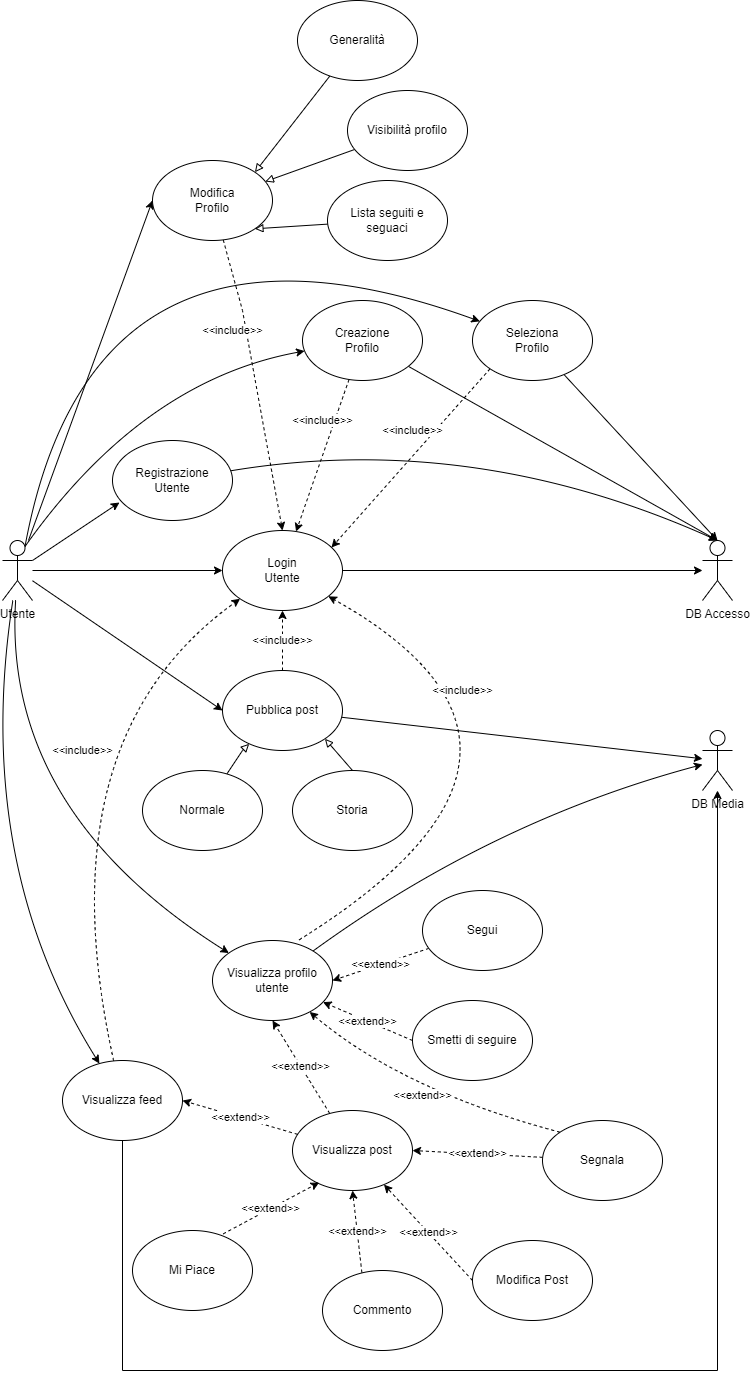
Before: docs/use_case_social_user.png, a diagram exported from draw.io (sergiostefanizzi/socialMicroservicesDocs). Source tidied: cells renumbered, new cells last; positions are measured from the earlier drawing's top-left corner, leaving out a move shared by most shapes.
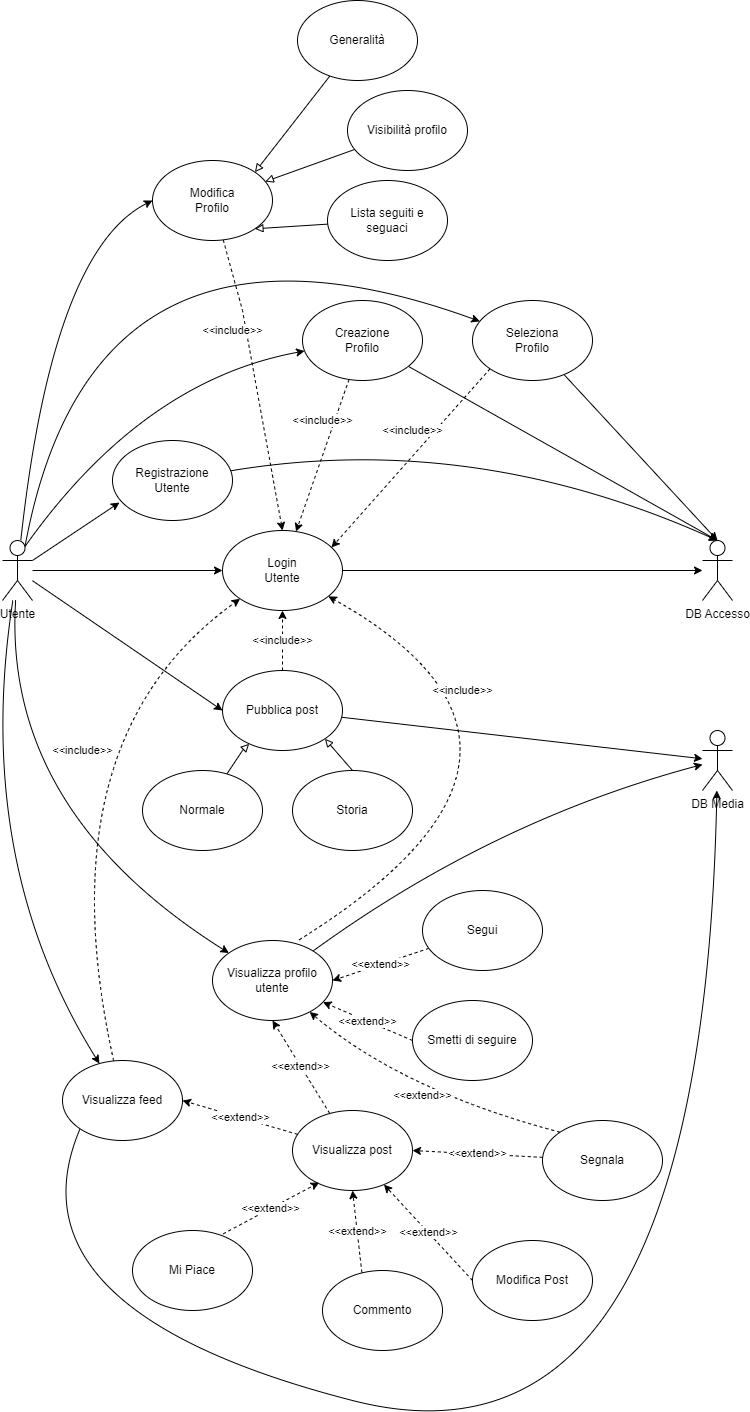
The same file after the commit.

Diff of the diagram source:
```diff
@@ -5,8 +5,12 @@
     <mxCell id="2" style="rounded=0;jettySize=auto;html=1;" parent="1" edge="1" source="10" target="12">
       <mxGeometry relative="1" as="geometry" />
     </mxCell>
-    <mxCell id="3" style="rounded=0;jettySize=auto;html=1;entryX=0;entryY=0.5;entryDx=0;entryDy=0;" parent="1" edge="1" source="10" target="17">
-      <mxGeometry relative="1" as="geometry" />
+    <mxCell id="3" style="jettySize=auto;html=1;entryX=0;entryY=0.5;entryDx=0;entryDy=0;curved=1;" parent="1" edge="1" source="10" target="17">
+      <mxGeometry relative="1" as="geometry">
+        <Array as="points">
+          <mxPoint x="80" y="250" />
+        </Array>
+      </mxGeometry>
     </mxCell>
     <mxCell id="4" style="rounded=0;jettySize=auto;html=1;entryX=0;entryY=0.5;entryDx=0;entryDy=0;" parent="1" edge="1" source="10" target="26">
       <mxGeometry relative="1" as="geometry" />
@@ -156,11 +160,11 @@
         </Array>
       </mxGeometry>
     </mxCell>
-    <mxCell id="40" style="edgeStyle=orthogonalEdgeStyle;rounded=0;jettySize=auto;html=1;" parent="1" edge="1" source="41" target="31">
+    <mxCell id="40" style="jettySize=auto;html=1;strokeColor=default;curved=1;exitX=0;exitY=1;exitDx=0;exitDy=0;" parent="1" edge="1" source="41" target="31">
       <mxGeometry relative="1" as="geometry">
         <Array as="points">
-          <mxPoint x="150" y="1370" />
-          <mxPoint x="745" y="1370" />
+          <mxPoint x="30" y="1310" />
+          <mxPoint x="730" y="1490" />
         </Array>
       </mxGeometry>
     </mxCell>
```
